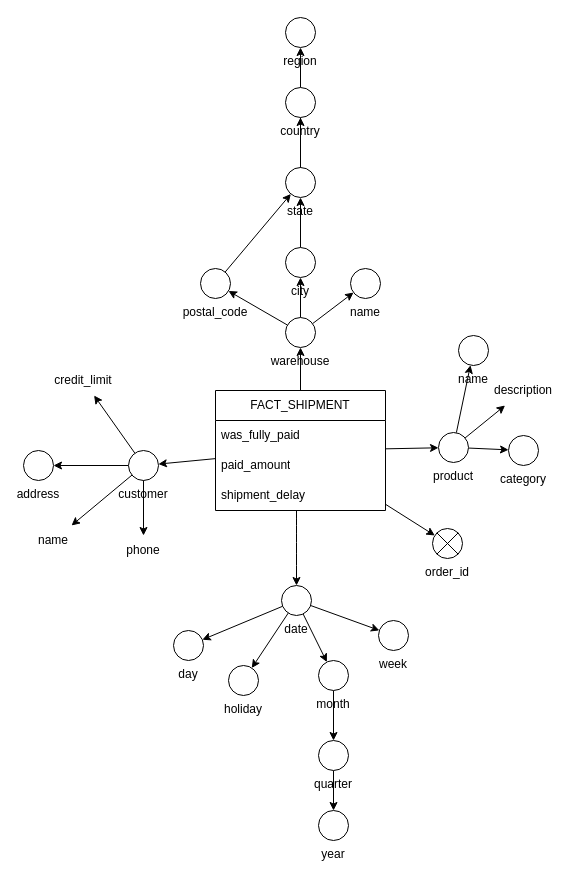
joaobraganca555/GlobalTech_ETL keeps this draw.io diagram as page "SHIPPMENT_FACT" (3 of 4) of docs/DFM.drawio. Above is the earlier version. Source tidied: cells renumbered, new cells numbered last; positions are measured from the earlier drawing's top-left corner, leaving out a move shared by most shapes. Both pictures are drawn from the tidied source at 100%, with x=0, y=0 at pixel (23, 17).
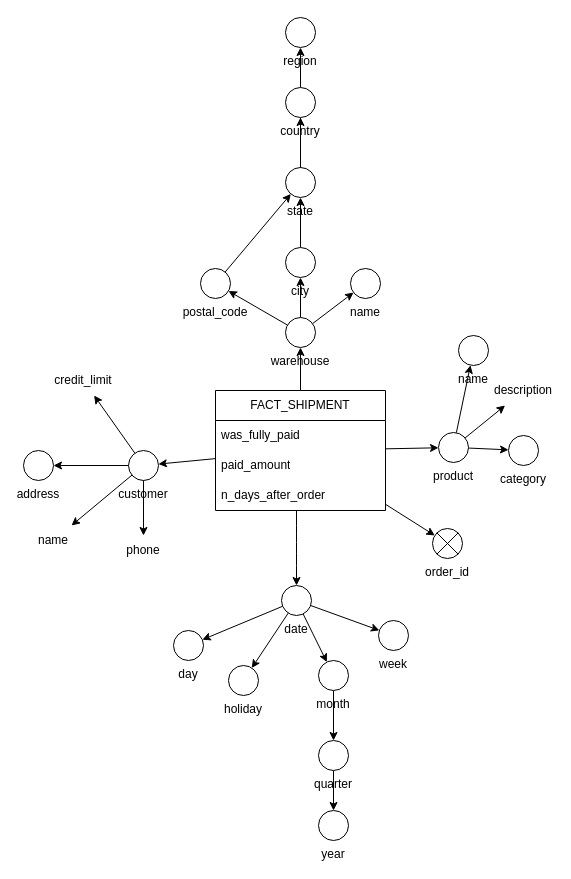
The same page after the edit.

Commit message (it also covers changes not shown here):
corrections DFM shipment/cancellation

The change refers to these unchanged cells:
```xml
<mxCell id="2" value="FACT_SHIPMENT" style="swimlane;fontStyle=0;horizontal=1;startSize=30;whiteSpace=wrap;html=1;" parent="1" vertex="1">
  <mxGeometry x="192" y="373" width="170" height="120" as="geometry" />
</mxCell>
```

Diff of the diagram source:
```diff
@@
-    <mxCell id="5" value="shipment_delay" style="text;strokeColor=none;fillColor=none;align=left;verticalAlign=middle;spacingLeft=4;spacingRight=4;overflow=hidden;whiteSpace=wrap;html=1;" parent="2" vertex="1">
+    <mxCell id="5" value="n_days_after_order" style="text;strokeColor=none;fillColor=none;align=left;verticalAlign=middle;spacingLeft=4;spacingRight=4;overflow=hidden;whiteSpace=wrap;html=1;" parent="2" vertex="1">
       <mxGeometry y="90" width="170" height="30" as="geometry" />
     </mxCell>
```
